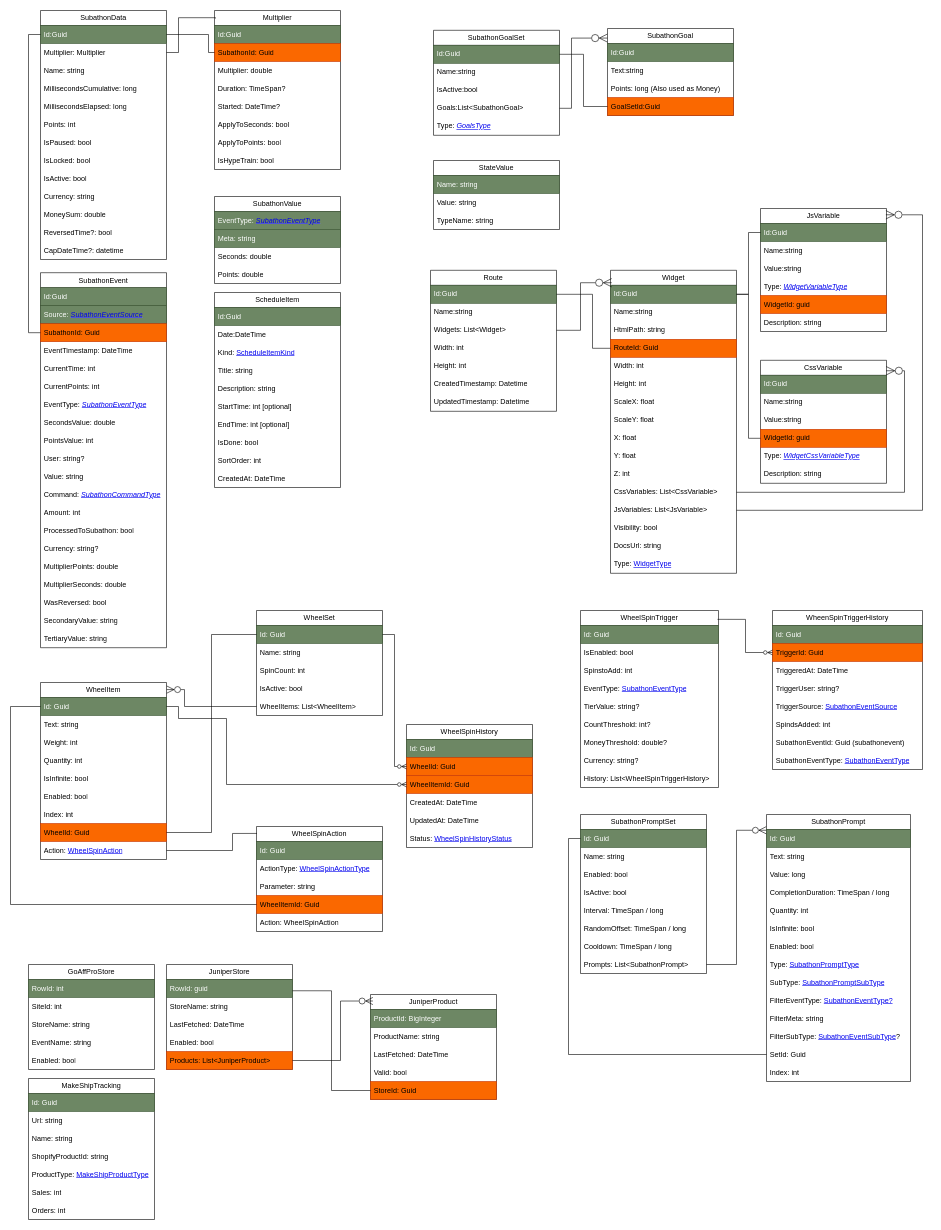
The draw.io diagram page "Database Models" (4 of 9) of wiki/docs/SubathonManager_Design.drawio in WolfwithSword/SubathonManager-docs, before the edit. Source tidied: cells renumbered, new cells numbered last; positions are measured from the earlier drawing's top-left corner, leaving out a move shared by most shapes. Both pictures are drawn from the tidied source at 60%, with x=0, y=0 at pixel (10, 10).
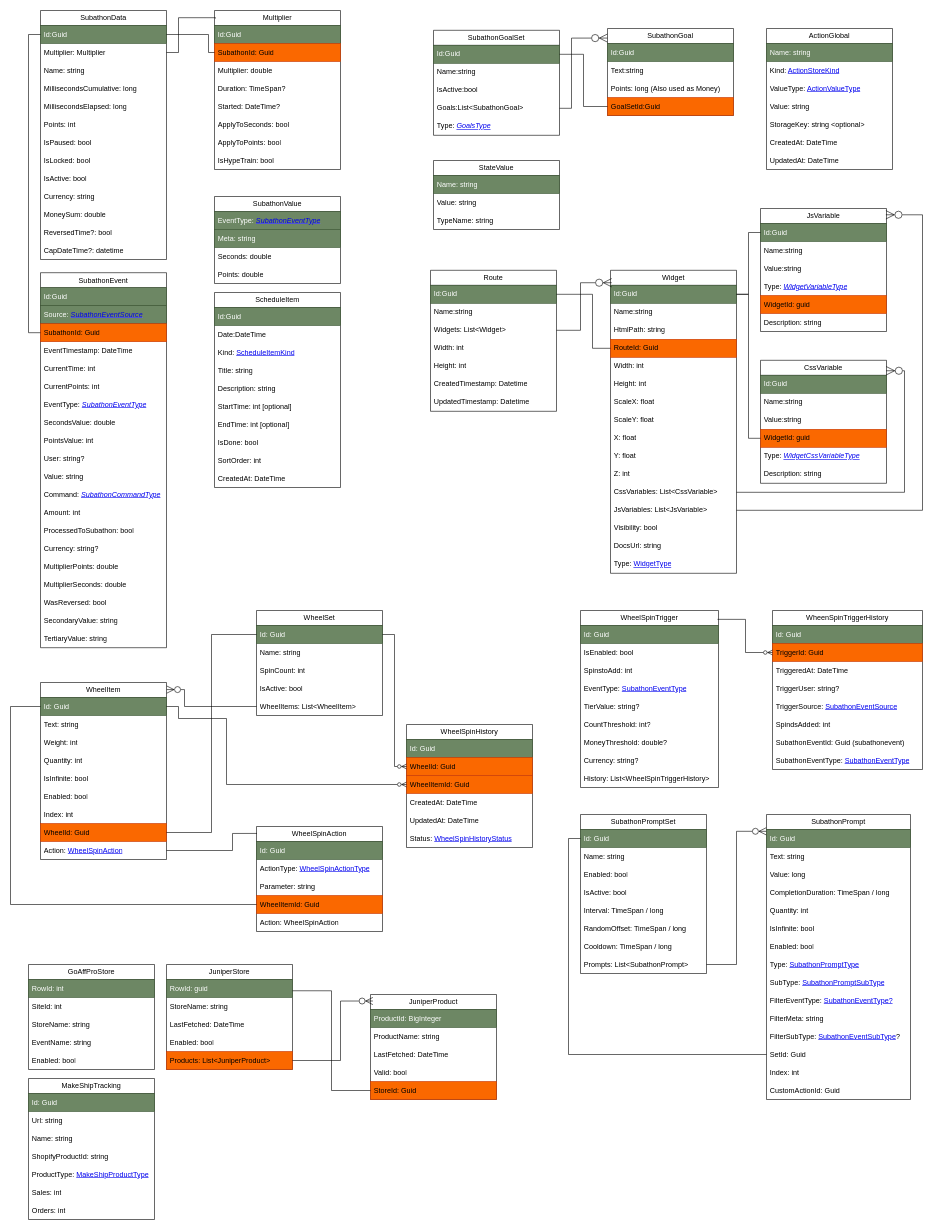
Above is the later version.

Diff of the diagram source:
```diff
@@
     <mxCell id="180" value="SubathonPrompt" style="swimlane;fontStyle=0;horizontal=1;startSize=25;whiteSpace=wrap;html=1;" parent="1" vertex="1">
-      <mxGeometry x="1260" y="1340" width="240" height="445" as="geometry" />
+      <mxGeometry x="1260" y="1340" width="240" height="475" as="geometry" />
     </mxCell>
@@
+    <mxCell id="236" value="CustomActionId: Guid" style="text;strokeColor=none;fillColor=none;align=left;verticalAlign=middle;spacingLeft=4;spacingRight=4;overflow=hidden;whiteSpace=wrap;html=1;" parent="180" vertex="1">
+      <mxGeometry y="445" width="240" height="30" as="geometry" />
+    </mxCell>
@@
+    <mxCell id="237" value="ActionGlobal" style="swimlane;fontStyle=0;horizontal=1;startSize=25;whiteSpace=wrap;html=1;" parent="1" vertex="1">
+      <mxGeometry x="1260" y="30" width="210" height="235" as="geometry" />
+    </mxCell>
+    <mxCell id="238" value="Name: string" style="text;strokeColor=#3A5431;fillColor=#6d8764;align=left;verticalAlign=middle;spacingLeft=4;spacingRight=4;overflow=hidden;whiteSpace=wrap;html=1;fontColor=#ffffff;" parent="237" vertex="1">
+      <mxGeometry y="25" width="210" height="30" as="geometry" />
+    </mxCell>
+    <mxCell id="239" value="Kind: &lt;a href=&quot;data:page/id,YKVmR0vHRuFck_WX-PmZ&quot;&gt;ActionStoreKind&lt;/a&gt;" style="text;strokeColor=none;fillColor=none;align=left;verticalAlign=middle;spacingLeft=4;spacingRight=4;overflow=hidden;whiteSpace=wrap;html=1;" parent="237" vertex="1">
+      <mxGeometry y="55" width="210" height="30" as="geometry" />
+    </mxCell>
+    <mxCell id="240" value="ValueType: &lt;a href=&quot;data:page/id,YKVmR0vHRuFck_WX-PmZ&quot;&gt;ActionValueType&lt;/a&gt;" style="text;strokeColor=none;fillColor=none;align=left;verticalAlign=middle;spacingLeft=4;spacingRight=4;overflow=hidden;whiteSpace=wrap;html=1;" parent="237" vertex="1">
+      <mxGeometry y="85" width="210" height="30" as="geometry" />
+    </mxCell>
+    <mxCell id="241" value="Value: string" style="text;strokeColor=none;fillColor=none;align=left;verticalAlign=middle;spacingLeft=4;spacingRight=4;overflow=hidden;whiteSpace=wrap;html=1;" parent="237" vertex="1">
+      <mxGeometry y="115" width="210" height="30" as="geometry" />
+    </mxCell>
+    <mxCell id="242" value="StorageKey: string &amp;lt;optional&amp;gt;" style="text;strokeColor=none;fillColor=none;align=left;verticalAlign=middle;spacingLeft=4;spacingRight=4;overflow=hidden;whiteSpace=wrap;html=1;" parent="237" vertex="1">
+      <mxGeometry y="145" width="210" height="30" as="geometry" />
+    </mxCell>
+    <mxCell id="243" value="CreatedAt: DateTime" style="text;strokeColor=none;fillColor=none;align=left;verticalAlign=middle;spacingLeft=4;spacingRight=4;overflow=hidden;whiteSpace=wrap;html=1;" parent="237" vertex="1">
+      <mxGeometry y="175" width="210" height="30" as="geometry" />
+    </mxCell>
+    <mxCell id="244" value="UpdatedAt: DateTime" style="text;strokeColor=none;fillColor=none;align=left;verticalAlign=middle;spacingLeft=4;spacingRight=4;overflow=hidden;whiteSpace=wrap;html=1;" parent="237" vertex="1">
+      <mxGeometry y="205" width="210" height="30" as="geometry" />
+    </mxCell>
```
